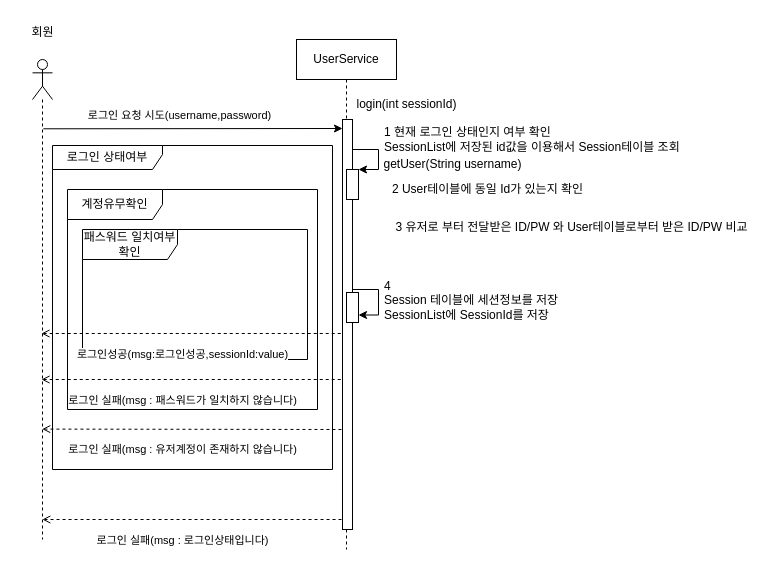
EM-ORG-2023-12-27/05_JAVA_ECLIPSE keeps this draw.io diagram as src/Ch36/Document/02Day.drawio. Above is the earlier version. Source tidied: cells renumbered, new cells numbered last; positions are measured from the earlier drawing's top-left corner, leaving out a move shared by most shapes. Both pictures are drawn from the tidied source at 100%, with x=0, y=0 at pixel (17, 17).
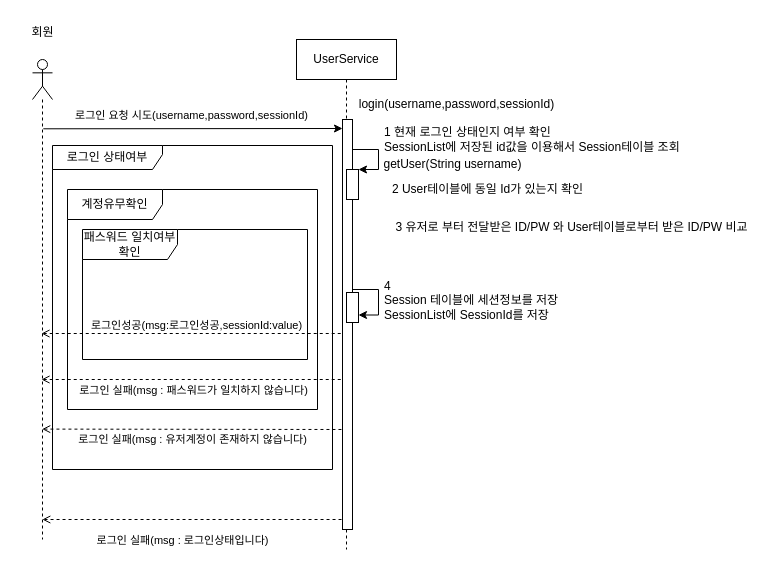
The same page after the edit.

Unchanged cells that the change refers to:
```xml
<mxCell id="6" style="endArrow=classic;html=1;rounded=0;exitX=0.542;exitY=0.281;exitDx=0;exitDy=0;exitPerimeter=0;" parent="1" edge="1">
  <mxGeometry relative="1" as="geometry">
    <mxPoint x="25.8" y="111.3" as="sourcePoint" />
    <mxPoint x="325" y="111" as="targetPoint" />
  </mxGeometry>
</mxCell>
<mxCell id="19" style="endArrow=none;startArrow=open;endFill=0;startFill=0;html=1;rounded=0;dashed=1;" parent="1" edge="1">
  <mxGeometry relative="1" as="geometry">
    <mxPoint x="24.7" y="411.6" as="sourcePoint" />
    <mxPoint x="325" y="412" as="targetPoint" />
  </mxGeometry>
</mxCell>
<mxCell id="22" style="endArrow=none;startArrow=open;endFill=0;startFill=0;html=1;rounded=0;dashed=1;" parent="1" edge="1">
  <mxGeometry relative="1" as="geometry">
    <mxPoint x="24" y="362" as="sourcePoint" />
    <mxPoint x="325" y="362" as="targetPoint" />
  </mxGeometry>
</mxCell>
<mxCell id="25" style="endArrow=none;startArrow=open;endFill=0;startFill=0;html=1;rounded=0;dashed=1;" parent="1" edge="1">
  <mxGeometry relative="1" as="geometry">
    <mxPoint x="24" y="316" as="sourcePoint" />
    <mxPoint x="325" y="316" as="targetPoint" />
  </mxGeometry>
</mxCell>
```

Change to the diagram source:
```diff
@@
-    <mxCell id="7" value="로그인 요청 시도(username,password)" style="edgeLabel;html=1;align=center;verticalAlign=middle;" parent="6" vertex="1">
+    <mxCell id="7" value="로그인 요청 시도(username,password,sessionId)" style="edgeLabel;html=1;align=center;verticalAlign=middle;" parent="6" vertex="1">
       <mxGeometry x="-0.09" y="-2" relative="1" as="geometry">
-        <mxPoint y="-16" as="offset" />
+        <mxPoint x="12" y="-16" as="offset" />
       </mxGeometry>
     </mxCell>
@@
     <mxCell id="20" value="로그인 실패(msg : 유저계정이 존재하지 않습니다)" style="edgeLabel;html=1;align=center;verticalAlign=middle;" parent="19" vertex="1">
       <mxGeometry x="-0.14" y="-3" relative="1" as="geometry">
-        <mxPoint x="11" y="17" as="offset" />
+        <mxPoint x="21" y="7" as="offset" />
       </mxGeometry>
     </mxCell>
@@
     <mxCell id="23" value="로그인 실패(msg : 패스워드가 일치하지 않습니다)" style="edgeLabel;html=1;align=center;verticalAlign=middle;" parent="22" vertex="1">
       <mxGeometry x="-0.14" y="-3" relative="1" as="geometry">
-        <mxPoint x="11" y="17" as="offset" />
+        <mxPoint x="22" y="7" as="offset" />
       </mxGeometry>
     </mxCell>
-    <mxCell id="24" value="login(int sessionId)" style="text;html=1;align=center;verticalAlign=middle;strokeColor=none;fillColor=none;" parent="1" vertex="1">
-      <mxGeometry x="329" y="72" width="120" height="30" as="geometry" />
+    <mxCell id="24" value="login(username,password,sessionId)" style="text;html=1;align=center;verticalAlign=middle;strokeColor=none;fillColor=none;" parent="1" vertex="1">
+      <mxGeometry x="329" y="72" width="220" height="30" as="geometry" />
     </mxCell>
@@
     <mxCell id="26" value="로그인성공(msg:로그인성공,sessionId:value)" style="edgeLabel;html=1;align=center;verticalAlign=middle;" parent="25" vertex="1">
       <mxGeometry x="-0.14" y="-3" relative="1" as="geometry">
-        <mxPoint x="11" y="17" as="offset" />
+        <mxPoint x="25" y="-12" as="offset" />
       </mxGeometry>
     </mxCell>
```
